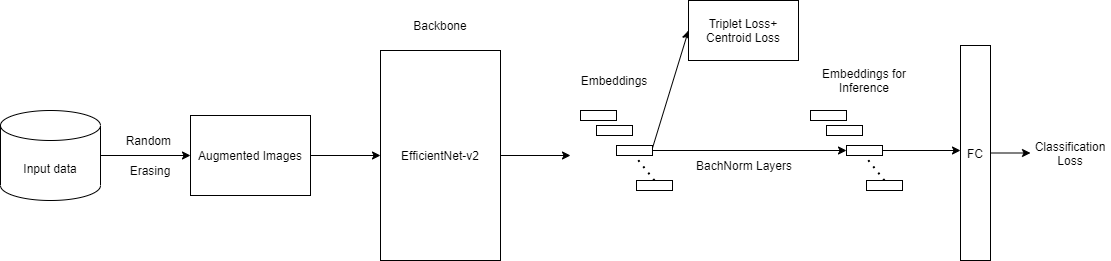
Earlier version of the draw.io export assets/pipeline/pipeline.png (lannguyen0910/deep-efficient-person-reid). Source tidied: cells renumbered, new cells last; positions are measured from the earlier drawing's top-left corner, leaving out a move shared by most shapes. The source it was exported from:
```xml
<mxGraphModel>
  <root>
    <mxCell id="0" />
    <mxCell id="1" parent="0" />
    <mxCell id="2" value="Input data" style="shape=cylinder3;whiteSpace=wrap;html=1;boundedLbl=1;backgroundOutline=1;size=15;" parent="1" vertex="1">
      <mxGeometry y="110" width="100" height="90" as="geometry" />
    </mxCell>
    <mxCell id="3" style="endArrow=classic;html=1;exitX=1;exitY=0.5;exitDx=0;exitDy=0;exitPerimeter=0;entryX=0;entryY=0.5;entryDx=0;entryDy=0;" parent="1" edge="1" source="2" target="4">
      <mxGeometry relative="1" as="geometry" />
    </mxCell>
    <mxCell id="4" value="Augmented Images" style="rounded=0;whiteSpace=wrap;html=1;" parent="1" vertex="1">
      <mxGeometry x="190" y="115" width="120" height="80" as="geometry" />
    </mxCell>
    <mxCell id="5" value="Random&amp;nbsp;" style="text;html=1;strokeColor=none;fillColor=none;align=center;verticalAlign=middle;whiteSpace=wrap;rounded=0;" parent="1" vertex="1">
      <mxGeometry x="130" y="130" width="40" height="20" as="geometry" />
    </mxCell>
    <mxCell id="6" value="Erasing" style="text;html=1;strokeColor=none;fillColor=none;align=center;verticalAlign=middle;whiteSpace=wrap;rounded=0;" parent="1" vertex="1">
      <mxGeometry x="130" y="160" width="40" height="20" as="geometry" />
    </mxCell>
    <mxCell id="7" style="endArrow=classic;html=1;exitX=1;exitY=0.5;exitDx=0;exitDy=0;" parent="1" edge="1" source="4">
      <mxGeometry relative="1" as="geometry">
        <mxPoint x="380" y="155" as="targetPoint" />
      </mxGeometry>
    </mxCell>
    <mxCell id="8" value="EfficientNet-v2" style="rounded=0;whiteSpace=wrap;html=1;" parent="1" vertex="1">
      <mxGeometry x="380" y="50" width="120" height="210" as="geometry" />
    </mxCell>
    <mxCell id="9" value="Backbone" style="text;html=1;strokeColor=none;fillColor=none;align=center;verticalAlign=middle;whiteSpace=wrap;rounded=0;" parent="1" vertex="1">
      <mxGeometry x="395" y="10" width="90" height="30" as="geometry" />
    </mxCell>
    <mxCell id="10" style="endArrow=classic;html=1;exitX=1;exitY=0.5;exitDx=0;exitDy=0;" parent="1" edge="1" source="8">
      <mxGeometry relative="1" as="geometry">
        <mxPoint x="570" y="155" as="targetPoint" />
      </mxGeometry>
    </mxCell>
    <mxCell id="11" style="rounded=0;whiteSpace=wrap;html=1;" parent="1" vertex="1">
      <mxGeometry x="580" y="110" width="36" height="10" as="geometry" />
    </mxCell>
    <mxCell id="12" style="rounded=0;whiteSpace=wrap;html=1;" parent="1" vertex="1">
      <mxGeometry x="596" y="125" width="36" height="10" as="geometry" />
    </mxCell>
    <mxCell id="13" style="rounded=0;whiteSpace=wrap;html=1;" parent="1" vertex="1">
      <mxGeometry x="616" y="145" width="36" height="10" as="geometry" />
    </mxCell>
    <mxCell id="14" style="rounded=0;whiteSpace=wrap;html=1;" parent="1" vertex="1">
      <mxGeometry x="636" y="180" width="36" height="10" as="geometry" />
    </mxCell>
    <mxCell id="15" style="endArrow=none;dashed=1;html=1;dashPattern=1 3;strokeWidth=2;exitX=0.5;exitY=0;exitDx=0;exitDy=0;entryX=0.5;entryY=1;entryDx=0;entryDy=0;" parent="1" edge="1" source="14" target="13">
      <mxGeometry relative="1" as="geometry" />
    </mxCell>
    <mxCell id="16" value="Embeddings" style="text;html=1;strokeColor=none;fillColor=none;align=center;verticalAlign=middle;whiteSpace=wrap;rounded=0;" parent="1" vertex="1">
      <mxGeometry x="572" y="70" width="84" height="20" as="geometry" />
    </mxCell>
    <mxCell id="17" style="endArrow=classic;html=1;exitX=1;exitY=0.25;exitDx=0;exitDy=0;entryX=0;entryY=0.5;entryDx=0;entryDy=0;" parent="1" edge="1" source="13" target="18">
      <mxGeometry relative="1" as="geometry" />
    </mxCell>
    <mxCell id="18" value="Triplet Loss+ Centroid Loss" style="rounded=0;whiteSpace=wrap;html=1;" parent="1" vertex="1">
      <mxGeometry x="688" width="110" height="60" as="geometry" />
    </mxCell>
    <mxCell id="19" style="endArrow=classic;html=1;exitX=1;exitY=0.5;exitDx=0;exitDy=0;entryX=0;entryY=0.5;entryDx=0;entryDy=0;" parent="1" edge="1" source="13" target="23">
      <mxGeometry relative="1" as="geometry" />
    </mxCell>
    <mxCell id="20" value="BachNorm Layers" style="text;html=1;strokeColor=none;fillColor=none;align=center;verticalAlign=middle;whiteSpace=wrap;rounded=0;" parent="1" vertex="1">
      <mxGeometry x="690" y="155" width="108" height="20" as="geometry" />
    </mxCell>
    <mxCell id="21" style="rounded=0;whiteSpace=wrap;html=1;" parent="1" vertex="1">
      <mxGeometry x="810" y="110" width="36" height="10" as="geometry" />
    </mxCell>
    <mxCell id="22" style="rounded=0;whiteSpace=wrap;html=1;" parent="1" vertex="1">
      <mxGeometry x="826" y="125" width="36" height="10" as="geometry" />
    </mxCell>
    <mxCell id="23" style="rounded=0;whiteSpace=wrap;html=1;" parent="1" vertex="1">
      <mxGeometry x="846" y="145" width="36" height="10" as="geometry" />
    </mxCell>
    <mxCell id="24" style="rounded=0;whiteSpace=wrap;html=1;" parent="1" vertex="1">
      <mxGeometry x="866" y="180" width="36" height="10" as="geometry" />
    </mxCell>
    <mxCell id="25" style="endArrow=none;dashed=1;html=1;dashPattern=1 3;strokeWidth=2;exitX=0.5;exitY=0;exitDx=0;exitDy=0;entryX=0.5;entryY=1;entryDx=0;entryDy=0;" parent="1" edge="1" source="24" target="23">
      <mxGeometry relative="1" as="geometry" />
    </mxCell>
    <mxCell id="26" value="Embeddings for Inference" style="text;html=1;strokeColor=none;fillColor=none;align=center;verticalAlign=middle;whiteSpace=wrap;rounded=0;" parent="1" vertex="1">
      <mxGeometry x="815" y="60" width="98" height="40" as="geometry" />
    </mxCell>
    <mxCell id="27" style="endArrow=classic;html=1;exitX=1;exitY=0.5;exitDx=0;exitDy=0;" parent="1" edge="1" source="23">
      <mxGeometry relative="1" as="geometry">
        <mxPoint x="960" y="150" as="targetPoint" />
      </mxGeometry>
    </mxCell>
    <mxCell id="28" value="FC" style="rounded=0;whiteSpace=wrap;html=1;" parent="1" vertex="1">
      <mxGeometry x="960" y="45" width="30" height="215" as="geometry" />
    </mxCell>
    <mxCell id="29" style="endArrow=classic;html=1;exitX=1;exitY=0.5;exitDx=0;exitDy=0;" parent="1" edge="1" source="28" target="30">
      <mxGeometry relative="1" as="geometry" />
    </mxCell>
    <mxCell id="30" value="Classification Loss" style="text;html=1;strokeColor=none;fillColor=none;align=center;verticalAlign=middle;whiteSpace=wrap;rounded=0;" parent="1" vertex="1">
      <mxGeometry x="1030" y="122.5" width="80" height="60" as="geometry" />
    </mxCell>
  </root>
</mxGraphModel>
```
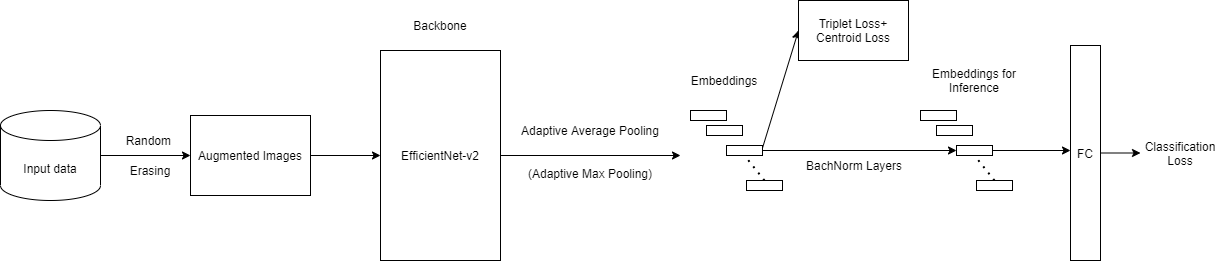
Above is the later version.

Diff of the diagram source:
```diff
@@ -3,30 +3,30 @@
     <mxCell id="0" />
     <mxCell id="1" parent="0" />
     <mxCell id="2" value="Input data" style="shape=cylinder3;whiteSpace=wrap;html=1;boundedLbl=1;backgroundOutline=1;size=15;" parent="1" vertex="1">
-      <mxGeometry y="110" width="100" height="90" as="geometry" />
+      <mxGeometry x="-110" y="110" width="100" height="90" as="geometry" />
     </mxCell>
     <mxCell id="3" style="endArrow=classic;html=1;exitX=1;exitY=0.5;exitDx=0;exitDy=0;exitPerimeter=0;entryX=0;entryY=0.5;entryDx=0;entryDy=0;" parent="1" edge="1" source="2" target="4">
       <mxGeometry relative="1" as="geometry" />
     </mxCell>
     <mxCell id="4" value="Augmented Images" style="rounded=0;whiteSpace=wrap;html=1;" parent="1" vertex="1">
-      <mxGeometry x="190" y="115" width="120" height="80" as="geometry" />
+      <mxGeometry x="80" y="115" width="120" height="80" as="geometry" />
     </mxCell>
     <mxCell id="5" value="Random&amp;nbsp;" style="text;html=1;strokeColor=none;fillColor=none;align=center;verticalAlign=middle;whiteSpace=wrap;rounded=0;" parent="1" vertex="1">
-      <mxGeometry x="130" y="130" width="40" height="20" as="geometry" />
+      <mxGeometry x="20" y="130" width="40" height="20" as="geometry" />
     </mxCell>
     <mxCell id="6" value="Erasing" style="text;html=1;strokeColor=none;fillColor=none;align=center;verticalAlign=middle;whiteSpace=wrap;rounded=0;" parent="1" vertex="1">
-      <mxGeometry x="130" y="160" width="40" height="20" as="geometry" />
+      <mxGeometry x="20" y="160" width="40" height="20" as="geometry" />
     </mxCell>
     <mxCell id="7" style="endArrow=classic;html=1;exitX=1;exitY=0.5;exitDx=0;exitDy=0;" parent="1" edge="1" source="4">
       <mxGeometry relative="1" as="geometry">
-        <mxPoint x="380" y="155" as="targetPoint" />
+        <mxPoint x="270" y="155" as="targetPoint" />
       </mxGeometry>
     </mxCell>
     <mxCell id="8" value="EfficientNet-v2" style="rounded=0;whiteSpace=wrap;html=1;" parent="1" vertex="1">
-      <mxGeometry x="380" y="50" width="120" height="210" as="geometry" />
+      <mxGeometry x="270" y="50" width="120" height="210" as="geometry" />
     </mxCell>
     <mxCell id="9" value="Backbone" style="text;html=1;strokeColor=none;fillColor=none;align=center;verticalAlign=middle;whiteSpace=wrap;rounded=0;" parent="1" vertex="1">
-      <mxGeometry x="395" y="10" width="90" height="30" as="geometry" />
+      <mxGeometry x="285" y="10" width="90" height="30" as="geometry" />
     </mxCell>
     <mxCell id="10" style="endArrow=classic;html=1;exitX=1;exitY=0.5;exitDx=0;exitDy=0;" parent="1" edge="1" source="8">
       <mxGeometry relative="1" as="geometry">
@@ -95,5 +95,11 @@
     <mxCell id="30" value="Classification Loss" style="text;html=1;strokeColor=none;fillColor=none;align=center;verticalAlign=middle;whiteSpace=wrap;rounded=0;" parent="1" vertex="1">
       <mxGeometry x="1030" y="122.5" width="80" height="60" as="geometry" />
     </mxCell>
+    <mxCell id="31" value="Adaptive Average Pooling" style="text;html=1;strokeColor=none;fillColor=none;align=center;verticalAlign=middle;whiteSpace=wrap;rounded=0;" parent="1" vertex="1">
+      <mxGeometry x="390" y="120" width="180" height="20" as="geometry" />
+    </mxCell>
+    <mxCell id="32" value="(Adaptive Max Pooling)" style="text;html=1;strokeColor=none;fillColor=none;align=center;verticalAlign=middle;whiteSpace=wrap;rounded=0;" parent="1" vertex="1">
+      <mxGeometry x="410" y="162.5" width="140" height="20" as="geometry" />
+    </mxCell>
   </root>
 </mxGraphModel>
```
